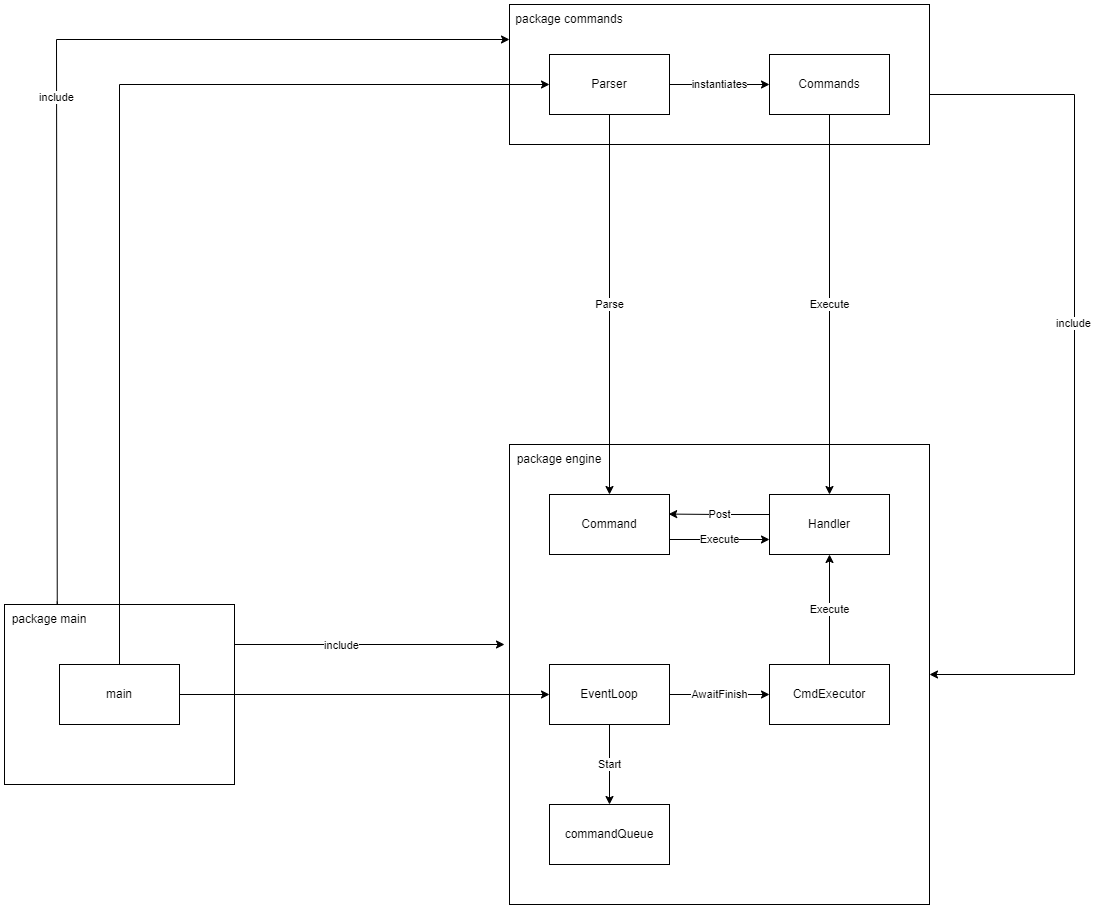
This is assets/img/diagram-l4.png from Scopics/architecture-lab-1, a draw.io export, as it was before one commit. Source tidied: cells renumbered, new cells last; positions are measured from the earlier drawing's top-left corner, leaving out a move shared by most shapes. Source of this version:
```xml
<mxGraphModel>
  <root>
    <mxCell id="0" />
    <mxCell id="1" parent="0" />
    <mxCell id="2" style="edgeStyle=orthogonalEdgeStyle;rounded=0;jettySize=auto;html=1;exitX=1;exitY=0.25;exitDx=0;exitDy=0;" parent="1" edge="1" source="5">
      <mxGeometry relative="1" as="geometry">
        <mxPoint x="500" y="640" as="targetPoint" />
        <Array as="points">
          <mxPoint x="230" y="640" />
        </Array>
      </mxGeometry>
    </mxCell>
    <mxCell id="3" value="include" style="edgeLabel;html=1;align=center;verticalAlign=middle;" parent="2" vertex="1">
      <mxGeometry x="-0.19" relative="1" as="geometry" />
    </mxCell>
    <mxCell id="4" value="include" style="edgeStyle=orthogonalEdgeStyle;rounded=0;jettySize=auto;html=1;exitX=0.586;exitY=-0.094;exitDx=0;exitDy=0;entryX=0;entryY=0.25;entryDx=0;entryDy=0;exitPerimeter=0;" parent="1" edge="1" source="6" target="9">
      <mxGeometry relative="1" as="geometry">
        <Array as="points">
          <mxPoint x="53" y="600" />
          <mxPoint x="52" y="600" />
          <mxPoint x="52" y="35" />
        </Array>
      </mxGeometry>
    </mxCell>
    <mxCell id="5" style="rounded=0;whiteSpace=wrap;html=1;" parent="1" vertex="1">
      <mxGeometry y="600" width="230" height="180" as="geometry" />
    </mxCell>
    <mxCell id="6" value="package main" style="text;html=1;strokeColor=none;fillColor=none;align=center;verticalAlign=middle;whiteSpace=wrap;rounded=0;" parent="1" vertex="1">
      <mxGeometry y="600" width="90" height="30" as="geometry" />
    </mxCell>
    <mxCell id="7" style="edgeStyle=orthogonalEdgeStyle;rounded=0;jettySize=auto;html=1;exitX=1;exitY=0.5;exitDx=0;exitDy=0;entryX=1;entryY=0.5;entryDx=0;entryDy=0;" parent="1" edge="1" source="9" target="10">
      <mxGeometry relative="1" as="geometry">
        <Array as="points">
          <mxPoint x="1070" y="90" />
          <mxPoint x="1070" y="670" />
        </Array>
      </mxGeometry>
    </mxCell>
    <mxCell id="8" value="include" style="edgeLabel;html=1;align=center;verticalAlign=middle;" parent="7" vertex="1">
      <mxGeometry x="-0.12" y="-2" relative="1" as="geometry" />
    </mxCell>
    <mxCell id="9" style="rounded=0;whiteSpace=wrap;html=1;" parent="1" vertex="1">
      <mxGeometry x="505" width="420" height="140" as="geometry" />
    </mxCell>
    <mxCell id="10" style="rounded=0;whiteSpace=wrap;html=1;" parent="1" vertex="1">
      <mxGeometry x="505" y="440" width="420" height="460" as="geometry" />
    </mxCell>
    <mxCell id="11" value="commandQueue" style="rounded=0;whiteSpace=wrap;html=1;" parent="1" vertex="1">
      <mxGeometry x="545" y="800" width="120" height="60" as="geometry" />
    </mxCell>
    <mxCell id="12" value="Execute" style="edgeStyle=orthogonalEdgeStyle;rounded=0;jettySize=auto;html=1;exitX=1;exitY=0.75;exitDx=0;exitDy=0;entryX=0;entryY=0.75;entryDx=0;entryDy=0;" parent="1" edge="1" source="13" target="15">
      <mxGeometry relative="1" as="geometry" />
    </mxCell>
    <mxCell id="13" value="Command" style="rounded=0;whiteSpace=wrap;html=1;" parent="1" vertex="1">
      <mxGeometry x="545" y="490" width="120" height="60" as="geometry" />
    </mxCell>
    <mxCell id="14" value="Post" style="edgeStyle=orthogonalEdgeStyle;rounded=0;jettySize=auto;html=1;entryX=0.993;entryY=0.326;entryDx=0;entryDy=0;entryPerimeter=0;" parent="1" edge="1" target="13">
      <mxGeometry relative="1" as="geometry">
        <mxPoint x="765" y="510" as="sourcePoint" />
      </mxGeometry>
    </mxCell>
    <mxCell id="15" value="Handler" style="rounded=0;whiteSpace=wrap;html=1;" parent="1" vertex="1">
      <mxGeometry x="765" y="490" width="120" height="60" as="geometry" />
    </mxCell>
    <mxCell id="16" value="AwaitFinish" style="edgeStyle=orthogonalEdgeStyle;rounded=0;jettySize=auto;html=1;exitX=1;exitY=0.5;exitDx=0;exitDy=0;" parent="1" edge="1" source="18" target="25">
      <mxGeometry relative="1" as="geometry" />
    </mxCell>
    <mxCell id="17" value="Start" style="edgeStyle=orthogonalEdgeStyle;rounded=0;jettySize=auto;html=1;exitX=0.5;exitY=1;exitDx=0;exitDy=0;entryX=0.5;entryY=0;entryDx=0;entryDy=0;" parent="1" edge="1" source="18" target="11">
      <mxGeometry relative="1" as="geometry" />
    </mxCell>
    <mxCell id="18" value="EventLoop" style="rounded=0;whiteSpace=wrap;html=1;" parent="1" vertex="1">
      <mxGeometry x="545" y="660" width="120" height="60" as="geometry" />
    </mxCell>
    <mxCell id="19" value="package&amp;nbsp;engine" style="text;html=1;strokeColor=none;fillColor=none;align=center;verticalAlign=middle;whiteSpace=wrap;rounded=0;" parent="1" vertex="1">
      <mxGeometry x="505" y="440" width="100" height="30" as="geometry" />
    </mxCell>
    <mxCell id="20" value="Parse" style="edgeStyle=orthogonalEdgeStyle;rounded=0;jettySize=auto;html=1;exitX=0.5;exitY=1;exitDx=0;exitDy=0;entryX=0.5;entryY=0;entryDx=0;entryDy=0;" parent="1" edge="1" source="22" target="13">
      <mxGeometry relative="1" as="geometry" />
    </mxCell>
    <mxCell id="21" value="instantiates" style="edgeStyle=orthogonalEdgeStyle;rounded=0;jettySize=auto;html=1;exitX=1;exitY=0.5;exitDx=0;exitDy=0;entryX=0;entryY=0.5;entryDx=0;entryDy=0;" parent="1" edge="1" source="22" target="30">
      <mxGeometry relative="1" as="geometry" />
    </mxCell>
    <mxCell id="22" value="Parser" style="rounded=0;whiteSpace=wrap;html=1;" parent="1" vertex="1">
      <mxGeometry x="545" y="50" width="120" height="60" as="geometry" />
    </mxCell>
    <mxCell id="23" value="package&amp;nbsp;commands" style="text;html=1;strokeColor=none;fillColor=none;align=center;verticalAlign=middle;whiteSpace=wrap;rounded=0;" parent="1" vertex="1">
      <mxGeometry x="505" width="120" height="30" as="geometry" />
    </mxCell>
    <mxCell id="24" value="Execute" style="edgeStyle=orthogonalEdgeStyle;rounded=0;jettySize=auto;html=1;exitX=0.5;exitY=0;exitDx=0;exitDy=0;" parent="1" edge="1" source="25" target="15">
      <mxGeometry relative="1" as="geometry" />
    </mxCell>
    <mxCell id="25" value="CmdExecutor" style="rounded=0;whiteSpace=wrap;html=1;" parent="1" vertex="1">
      <mxGeometry x="765" y="660" width="120" height="60" as="geometry" />
    </mxCell>
    <mxCell id="26" style="edgeStyle=orthogonalEdgeStyle;rounded=0;jettySize=auto;html=1;exitX=1;exitY=0.5;exitDx=0;exitDy=0;entryX=0;entryY=0.5;entryDx=0;entryDy=0;" parent="1" edge="1" source="28" target="18">
      <mxGeometry relative="1" as="geometry" />
    </mxCell>
    <mxCell id="27" style="edgeStyle=orthogonalEdgeStyle;rounded=0;jettySize=auto;html=1;entryX=0;entryY=0.5;entryDx=0;entryDy=0;exitX=0.5;exitY=0;exitDx=0;exitDy=0;" parent="1" edge="1" source="28" target="22">
      <mxGeometry relative="1" as="geometry">
        <Array as="points">
          <mxPoint x="115" y="80" />
        </Array>
      </mxGeometry>
    </mxCell>
    <mxCell id="28" value="main" style="rounded=0;whiteSpace=wrap;html=1;" parent="1" vertex="1">
      <mxGeometry x="55" y="660" width="120" height="60" as="geometry" />
    </mxCell>
    <mxCell id="29" value="Execute" style="edgeStyle=orthogonalEdgeStyle;rounded=0;jettySize=auto;html=1;exitX=0.5;exitY=1;exitDx=0;exitDy=0;" parent="1" edge="1" source="30" target="15">
      <mxGeometry relative="1" as="geometry" />
    </mxCell>
    <mxCell id="30" value="Commands" style="rounded=0;whiteSpace=wrap;html=1;" parent="1" vertex="1">
      <mxGeometry x="765" y="50" width="120" height="60" as="geometry" />
    </mxCell>
  </root>
</mxGraphModel>
```
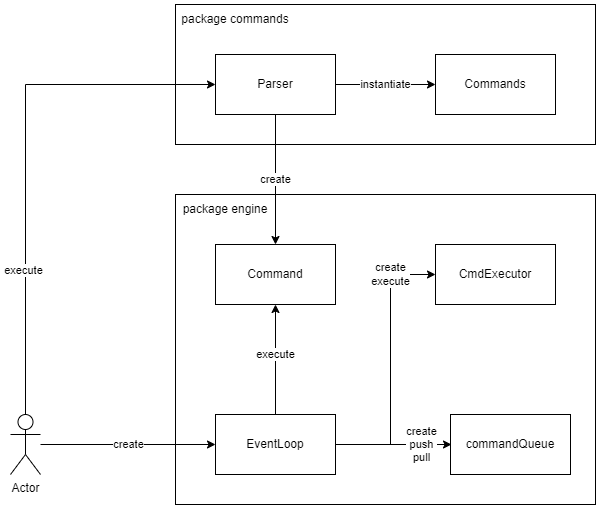
The same file after the commit.

Diff of the diagram source:
```diff
@@ -2,114 +2,74 @@
   <root>
     <mxCell id="0" />
     <mxCell id="1" parent="0" />
-    <mxCell id="2" style="edgeStyle=orthogonalEdgeStyle;rounded=0;jettySize=auto;html=1;exitX=1;exitY=0.25;exitDx=0;exitDy=0;" parent="1" edge="1" source="5">
-      <mxGeometry relative="1" as="geometry">
-        <mxPoint x="500" y="640" as="targetPoint" />
-        <Array as="points">
-          <mxPoint x="230" y="640" />
-        </Array>
-      </mxGeometry>
-    </mxCell>
-    <mxCell id="3" value="include" style="edgeLabel;html=1;align=center;verticalAlign=middle;" parent="2" vertex="1">
-      <mxGeometry x="-0.19" relative="1" as="geometry" />
-    </mxCell>
-    <mxCell id="4" value="include" style="edgeStyle=orthogonalEdgeStyle;rounded=0;jettySize=auto;html=1;exitX=0.586;exitY=-0.094;exitDx=0;exitDy=0;entryX=0;entryY=0.25;entryDx=0;entryDy=0;exitPerimeter=0;" parent="1" edge="1" source="6" target="9">
-      <mxGeometry relative="1" as="geometry">
-        <Array as="points">
-          <mxPoint x="53" y="600" />
-          <mxPoint x="52" y="600" />
-          <mxPoint x="52" y="35" />
-        </Array>
-      </mxGeometry>
-    </mxCell>
-    <mxCell id="5" style="rounded=0;whiteSpace=wrap;html=1;" parent="1" vertex="1">
-      <mxGeometry y="600" width="230" height="180" as="geometry" />
-    </mxCell>
-    <mxCell id="6" value="package main" style="text;html=1;strokeColor=none;fillColor=none;align=center;verticalAlign=middle;whiteSpace=wrap;rounded=0;" parent="1" vertex="1">
-      <mxGeometry y="600" width="90" height="30" as="geometry" />
-    </mxCell>
-    <mxCell id="7" style="edgeStyle=orthogonalEdgeStyle;rounded=0;jettySize=auto;html=1;exitX=1;exitY=0.5;exitDx=0;exitDy=0;entryX=1;entryY=0.5;entryDx=0;entryDy=0;" parent="1" edge="1" source="9" target="10">
-      <mxGeometry relative="1" as="geometry">
-        <Array as="points">
-          <mxPoint x="1070" y="90" />
-          <mxPoint x="1070" y="670" />
-        </Array>
-      </mxGeometry>
-    </mxCell>
-    <mxCell id="8" value="include" style="edgeLabel;html=1;align=center;verticalAlign=middle;" parent="7" vertex="1">
-      <mxGeometry x="-0.12" y="-2" relative="1" as="geometry" />
-    </mxCell>
     <mxCell id="9" style="rounded=0;whiteSpace=wrap;html=1;" parent="1" vertex="1">
-      <mxGeometry x="505" width="420" height="140" as="geometry" />
+      <mxGeometry x="505" y="250" width="420" height="140" as="geometry" />
     </mxCell>
     <mxCell id="10" style="rounded=0;whiteSpace=wrap;html=1;" parent="1" vertex="1">
-      <mxGeometry x="505" y="440" width="420" height="460" as="geometry" />
+      <mxGeometry x="505" y="440" width="420" height="310" as="geometry" />
     </mxCell>
     <mxCell id="11" value="commandQueue" style="rounded=0;whiteSpace=wrap;html=1;" parent="1" vertex="1">
-      <mxGeometry x="545" y="800" width="120" height="60" as="geometry" />
+      <mxGeometry x="780" y="660" width="120" height="60" as="geometry" />
     </mxCell>
-    <mxCell id="12" value="Execute" style="edgeStyle=orthogonalEdgeStyle;rounded=0;jettySize=auto;html=1;exitX=1;exitY=0.75;exitDx=0;exitDy=0;entryX=0;entryY=0.75;entryDx=0;entryDy=0;" parent="1" edge="1" source="13" target="15">
-      <mxGeometry relative="1" as="geometry" />
-    </mxCell>
     <mxCell id="13" value="Command" style="rounded=0;whiteSpace=wrap;html=1;" parent="1" vertex="1">
       <mxGeometry x="545" y="490" width="120" height="60" as="geometry" />
     </mxCell>
-    <mxCell id="14" value="Post" style="edgeStyle=orthogonalEdgeStyle;rounded=0;jettySize=auto;html=1;entryX=0.993;entryY=0.326;entryDx=0;entryDy=0;entryPerimeter=0;" parent="1" edge="1" target="13">
-      <mxGeometry relative="1" as="geometry">
-        <mxPoint x="765" y="510" as="sourcePoint" />
-      </mxGeometry>
-    </mxCell>
-    <mxCell id="15" value="Handler" style="rounded=0;whiteSpace=wrap;html=1;" parent="1" vertex="1">
-      <mxGeometry x="765" y="490" width="120" height="60" as="geometry" />
-    </mxCell>
-    <mxCell id="16" value="AwaitFinish" style="edgeStyle=orthogonalEdgeStyle;rounded=0;jettySize=auto;html=1;exitX=1;exitY=0.5;exitDx=0;exitDy=0;" parent="1" edge="1" source="18" target="25">
-      <mxGeometry relative="1" as="geometry" />
+    <mxCell id="16" value="create&lt;br&gt;execute" style="edgeStyle=orthogonalEdgeStyle;rounded=0;jettySize=auto;html=1;exitX=1;exitY=0.5;exitDx=0;exitDy=0;" parent="1" edge="1" source="18" target="25">
+      <mxGeometry x="0.67" relative="1" as="geometry">
+        <Array as="points">
+          <mxPoint x="720" y="690" />
+          <mxPoint x="720" y="520" />
+        </Array>
+      </mxGeometry>
     </mxCell>
-    <mxCell id="17" value="Start" style="edgeStyle=orthogonalEdgeStyle;rounded=0;jettySize=auto;html=1;exitX=0.5;exitY=1;exitDx=0;exitDy=0;entryX=0.5;entryY=0;entryDx=0;entryDy=0;" parent="1" edge="1" source="18" target="11">
-      <mxGeometry relative="1" as="geometry" />
+    <mxCell id="17" value="create&lt;br&gt;push&lt;br&gt;pull" style="edgeStyle=orthogonalEdgeStyle;rounded=0;orthogonalLoop=1;jettySize=auto;html=1;" parent="1" edge="1">
+      <mxGeometry x="0.48" relative="1" as="geometry">
+        <mxPoint x="666" y="690" as="sourcePoint" />
+        <mxPoint x="781" y="690" as="targetPoint" />
+      </mxGeometry>
     </mxCell>
+    <mxCell id="31" value="execute" style="edgeStyle=orthogonalEdgeStyle;rounded=0;jettySize=auto;html=1;" parent="1" edge="1" source="18" target="13">
+      <mxGeometry x="0.09" relative="1" as="geometry" />
+    </mxCell>
     <mxCell id="18" value="EventLoop" style="rounded=0;whiteSpace=wrap;html=1;" parent="1" vertex="1">
       <mxGeometry x="545" y="660" width="120" height="60" as="geometry" />
     </mxCell>
     <mxCell id="19" value="package&amp;nbsp;engine" style="text;html=1;strokeColor=none;fillColor=none;align=center;verticalAlign=middle;whiteSpace=wrap;rounded=0;" parent="1" vertex="1">
       <mxGeometry x="505" y="440" width="100" height="30" as="geometry" />
     </mxCell>
-    <mxCell id="20" value="Parse" style="edgeStyle=orthogonalEdgeStyle;rounded=0;jettySize=auto;html=1;exitX=0.5;exitY=1;exitDx=0;exitDy=0;entryX=0.5;entryY=0;entryDx=0;entryDy=0;" parent="1" edge="1" source="22" target="13">
+    <mxCell id="20" value="create" style="edgeStyle=orthogonalEdgeStyle;rounded=0;jettySize=auto;html=1;exitX=0.5;exitY=1;exitDx=0;exitDy=0;entryX=0.5;entryY=0;entryDx=0;entryDy=0;" parent="1" edge="1" source="22" target="13">
       <mxGeometry relative="1" as="geometry" />
     </mxCell>
-    <mxCell id="21" value="instantiates" style="edgeStyle=orthogonalEdgeStyle;rounded=0;jettySize=auto;html=1;exitX=1;exitY=0.5;exitDx=0;exitDy=0;entryX=0;entryY=0.5;entryDx=0;entryDy=0;" parent="1" edge="1" source="22" target="30">
+    <mxCell id="21" value="instantiate" style="edgeStyle=orthogonalEdgeStyle;rounded=0;jettySize=auto;html=1;exitX=1;exitY=0.5;exitDx=0;exitDy=0;entryX=0;entryY=0.5;entryDx=0;entryDy=0;" parent="1" edge="1" source="22" target="30">
       <mxGeometry relative="1" as="geometry" />
     </mxCell>
     <mxCell id="22" value="Parser" style="rounded=0;whiteSpace=wrap;html=1;" parent="1" vertex="1">
-      <mxGeometry x="545" y="50" width="120" height="60" as="geometry" />
+      <mxGeometry x="545" y="300" width="120" height="60" as="geometry" />
     </mxCell>
     <mxCell id="23" value="package&amp;nbsp;commands" style="text;html=1;strokeColor=none;fillColor=none;align=center;verticalAlign=middle;whiteSpace=wrap;rounded=0;" parent="1" vertex="1">
-      <mxGeometry x="505" width="120" height="30" as="geometry" />
+      <mxGeometry x="505" y="250" width="120" height="30" as="geometry" />
     </mxCell>
-    <mxCell id="24" value="Execute" style="edgeStyle=orthogonalEdgeStyle;rounded=0;jettySize=auto;html=1;exitX=0.5;exitY=0;exitDx=0;exitDy=0;" parent="1" edge="1" source="25" target="15">
-      <mxGeometry relative="1" as="geometry" />
-    </mxCell>
     <mxCell id="25" value="CmdExecutor" style="rounded=0;whiteSpace=wrap;html=1;" parent="1" vertex="1">
-      <mxGeometry x="765" y="660" width="120" height="60" as="geometry" />
+      <mxGeometry x="765" y="490" width="120" height="60" as="geometry" />
     </mxCell>
-    <mxCell id="26" style="edgeStyle=orthogonalEdgeStyle;rounded=0;jettySize=auto;html=1;exitX=1;exitY=0.5;exitDx=0;exitDy=0;entryX=0;entryY=0.5;entryDx=0;entryDy=0;" parent="1" edge="1" source="28" target="18">
+    <mxCell id="26" value="create" style="edgeStyle=orthogonalEdgeStyle;rounded=0;jettySize=auto;html=1;entryX=0;entryY=0.5;entryDx=0;entryDy=0;" parent="1" edge="1" source="33" target="18">
       <mxGeometry relative="1" as="geometry" />
     </mxCell>
-    <mxCell id="27" style="edgeStyle=orthogonalEdgeStyle;rounded=0;jettySize=auto;html=1;entryX=0;entryY=0.5;entryDx=0;entryDy=0;exitX=0.5;exitY=0;exitDx=0;exitDy=0;" parent="1" edge="1" source="28" target="22">
+    <mxCell id="27" style="edgeStyle=orthogonalEdgeStyle;rounded=0;jettySize=auto;html=1;exitX=0.5;exitY=0;exitDx=0;exitDy=0;exitPerimeter=0;" parent="1" edge="1" source="33" target="22">
       <mxGeometry relative="1" as="geometry">
         <Array as="points">
-          <mxPoint x="115" y="80" />
+          <mxPoint x="355" y="330" />
         </Array>
       </mxGeometry>
     </mxCell>
-    <mxCell id="28" value="main" style="rounded=0;whiteSpace=wrap;html=1;" parent="1" vertex="1">
-      <mxGeometry x="55" y="660" width="120" height="60" as="geometry" />
-    </mxCell>
-    <mxCell id="29" value="Execute" style="edgeStyle=orthogonalEdgeStyle;rounded=0;jettySize=auto;html=1;exitX=0.5;exitY=1;exitDx=0;exitDy=0;" parent="1" edge="1" source="30" target="15">
-      <mxGeometry relative="1" as="geometry" />
-    </mxCell>
+    <mxCell id="32" value="execute" style="edgeLabel;html=1;align=center;verticalAlign=middle;" parent="27" vertex="1">
+      <mxGeometry x="-0.45" y="2" relative="1" as="geometry" />
+    </mxCell>
     <mxCell id="30" value="Commands" style="rounded=0;whiteSpace=wrap;html=1;" parent="1" vertex="1">
-      <mxGeometry x="765" y="50" width="120" height="60" as="geometry" />
+      <mxGeometry x="765" y="300" width="120" height="60" as="geometry" />
     </mxCell>
+    <mxCell id="33" value="Actor" style="shape=umlActor;verticalLabelPosition=bottom;verticalAlign=top;html=1;outlineConnect=0;" parent="1" vertex="1">
+      <mxGeometry x="340" y="660" width="30" height="60" as="geometry" />
+    </mxCell>
   </root>
 </mxGraphModel>
```
